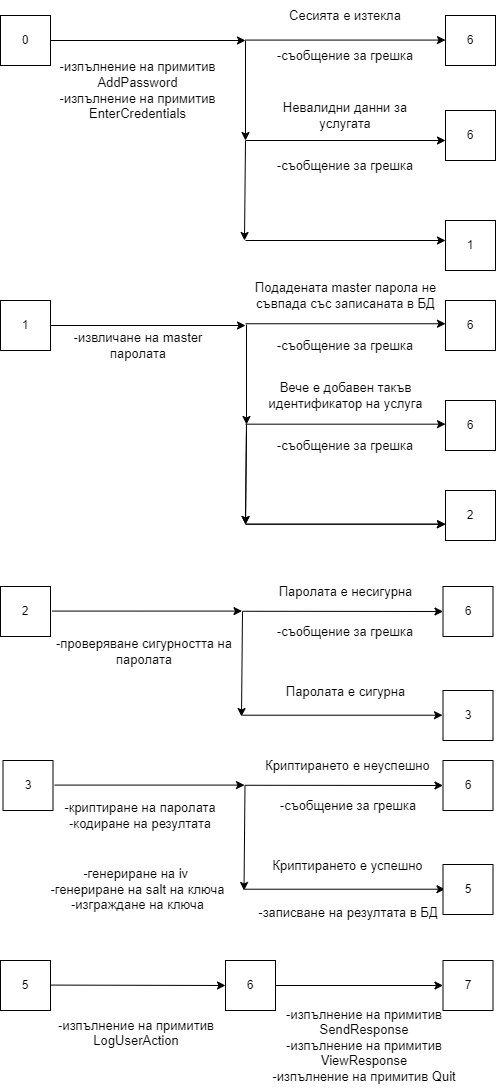
Above: images/02-add-password-graph-scheme.drawio.png in ivanchuchulski/secure-interactions-modeling (draw.io), before the change. Source tidied: cells renumbered, new cells last; positions are measured from the earlier drawing's top-left corner, leaving out a move shared by most shapes.
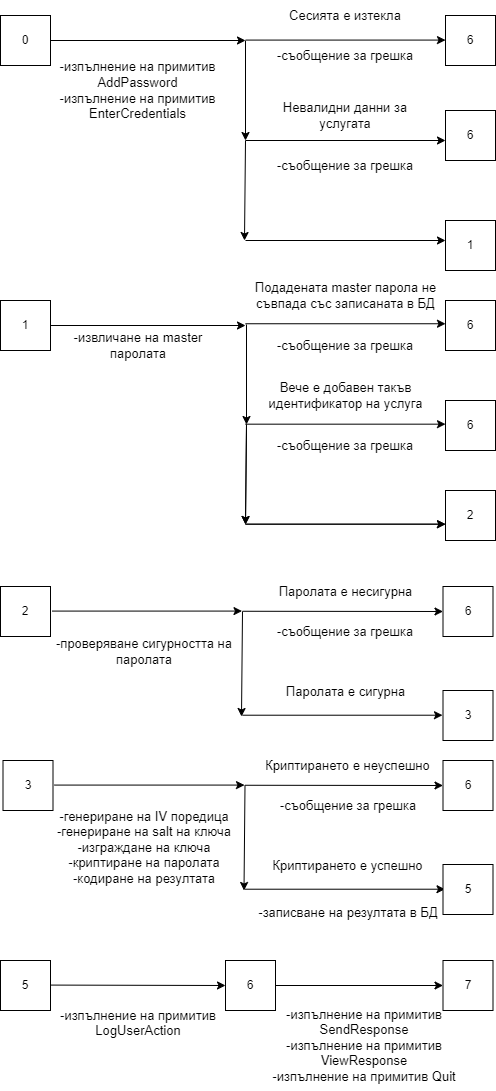
After the commit.

Commit message:
finish add password description

The edit, as a diff of the source:
```diff
@@ -78,8 +78,8 @@
     <mxCell id="23" value="-изпълнение на примитив AddPassword&lt;br style=&quot;font-size: 13px;&quot;&gt;-изпълнение на примитив EnterCredentials" style="rounded=1;whiteSpace=wrap;html=1;fontSize=13;strokeColor=none;fillColor=none;" parent="1" vertex="1">
       <mxGeometry x="50" y="50" width="175" height="80" as="geometry" />
     </mxCell>
-    <mxCell id="24" value="-криптиране на паролата&lt;br&gt;-кодиране на резултата&lt;br&gt;" style="rounded=1;whiteSpace=wrap;html=1;fontSize=13;strokeColor=none;fillColor=none;" parent="1" vertex="1">
-      <mxGeometry x="50" y="790" width="180" height="50" as="geometry" />
+    <mxCell id="24" value="-генериране на IV поредица&lt;br&gt;-генериране на salt на ключа&lt;br&gt;-изграждане на ключа&lt;br&gt;-криптиране на паролата&lt;br&gt;-кодиране на резултата" style="rounded=1;whiteSpace=wrap;html=1;fontSize=13;strokeColor=none;fillColor=none;" parent="1" vertex="1">
+      <mxGeometry x="53.9" y="790" width="180" height="114" as="geometry" />
     </mxCell>
     <mxCell id="25" value="5" style="whiteSpace=wrap;html=1;" parent="1" vertex="1">
       <mxGeometry y="960" width="50" height="50" as="geometry" />
@@ -88,7 +88,7 @@
       <mxGeometry x="225" y="960" width="50" height="50" as="geometry" />
     </mxCell>
     <mxCell id="27" value="&lt;br&gt;-изпълнение на примитив LogUserAction" style="rounded=1;whiteSpace=wrap;html=1;fontSize=13;strokeColor=none;fillColor=none;" parent="1" vertex="1">
-      <mxGeometry x="47" y="1000" width="178" height="50" as="geometry" />
+      <mxGeometry x="48.5" y="990" width="178" height="50" as="geometry" />
     </mxCell>
     <mxCell id="28" value="7" style="whiteSpace=wrap;html=1;" parent="1" vertex="1">
       <mxGeometry x="442.5" y="960" width="50" height="50" as="geometry" />
@@ -208,9 +208,6 @@
     <mxCell id="52" value="&lt;span style=&quot;background-color: rgb(255, 255, 255);&quot;&gt;Криптирането е успешно&lt;/span&gt;" style="rounded=1;whiteSpace=wrap;html=1;fontSize=13;strokeColor=none;fillColor=none;" parent="1" vertex="1">
       <mxGeometry x="250" y="850" width="195" height="30" as="geometry" />
     </mxCell>
-    <mxCell id="53" value="-генериране на iv &lt;br&gt;-генериране на salt на ключа&lt;br style=&quot;font-size: 13px;&quot;&gt;-изграждане на ключа" style="rounded=1;whiteSpace=wrap;html=1;fontSize=13;strokeColor=none;fillColor=none;" parent="1" vertex="1">
-      <mxGeometry x="41.1" y="859" width="192.8" height="60" as="geometry" />
-    </mxCell>
     <mxCell id="54" value="2" style="whiteSpace=wrap;html=1;" parent="1" vertex="1">
       <mxGeometry y="586" width="50" height="50" as="geometry" />
     </mxCell>
```
